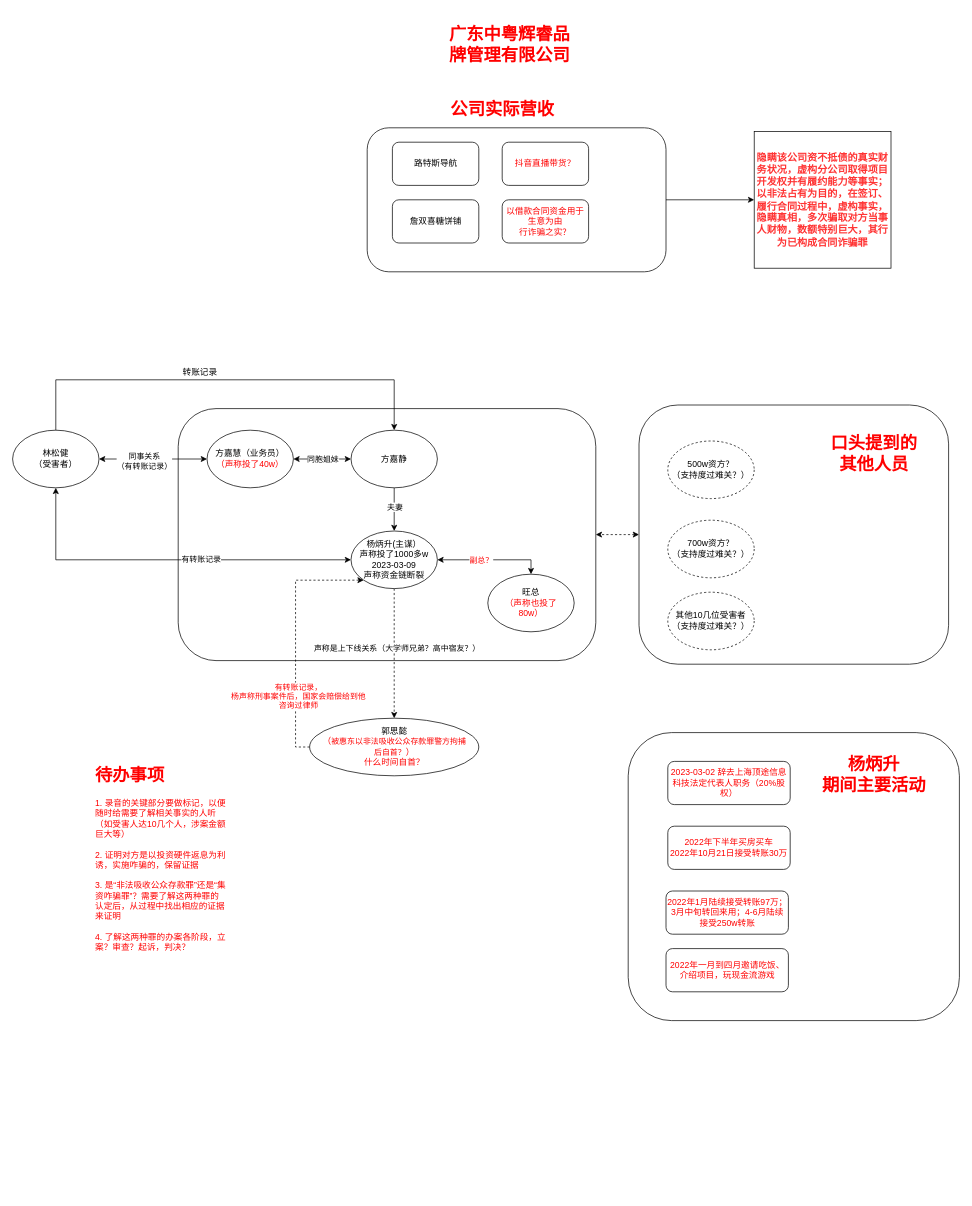
Earlier version of the draw.io diagram scaffolds/案件过程.drawio (Devil0/MyBlog). Source tidied: cells renumbered, new cells numbered last; positions are measured from the earlier drawing's top-left corner, leaving out a move shared by most shapes. Both pictures are drawn from the tidied source at 72%, with x=0, y=0 at pixel (12, 12).
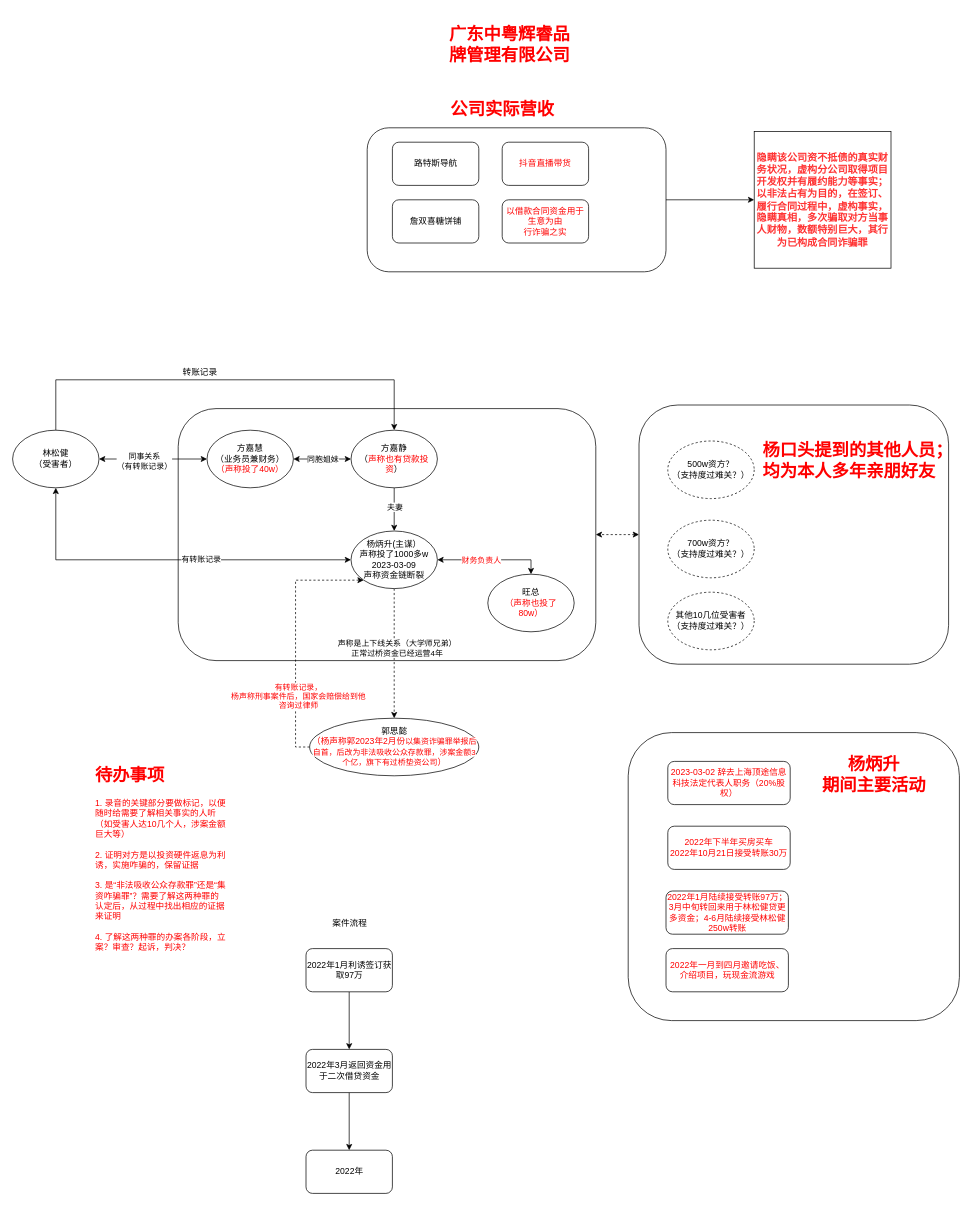
After the change.

Commit message:
更新案件过程.drawio

Unchanged cells that the change refers to:
```xml
<mxCell id="16" style="edgeStyle=orthogonalEdgeStyle;rounded=0;jettySize=auto;html=1;exitX=0.5;exitY=0;exitDx=0;exitDy=0;startArrow=classic;startFill=1;" parent="1" edge="1" source="21" target="20">
  <mxGeometry relative="1" as="geometry" />
</mxCell>
<mxCell id="18" style="edgeStyle=orthogonalEdgeStyle;rounded=0;jettySize=auto;html=1;dashed=1;" parent="1" edge="1" source="20" target="24">
  <mxGeometry relative="1" as="geometry" />
</mxCell>
```

Change to the diagram source:
```diff
@@
-    <mxCell id="12" value="方嘉慧（业务员）&lt;br&gt;&lt;span style=&quot;color: rgb(255, 0, 0);&quot;&gt;（声称投了40w）&lt;/span&gt;" style="ellipse;whiteSpace=wrap;html=1;" parent="1" vertex="1">
+    <mxCell id="12" value="方嘉慧&lt;br&gt;（业务员兼财务）&lt;br&gt;&lt;span style=&quot;color: rgb(255, 0, 0);&quot;&gt;（声称投了40w）&lt;/span&gt;" style="ellipse;whiteSpace=wrap;html=1;" parent="1" vertex="1">
       <mxGeometry x="270" y="580" width="120" height="80" as="geometry" />
     </mxCell>
@@
-    <mxCell id="15" value="方嘉静" style="ellipse;whiteSpace=wrap;html=1;" parent="1" vertex="1">
+    <mxCell id="15" value="方嘉静&lt;br&gt;（&lt;font color=&quot;#ff0000&quot;&gt;声称也有贷款投资&lt;/font&gt;）" style="ellipse;whiteSpace=wrap;html=1;" parent="1" vertex="1">
       <mxGeometry x="470" y="580" width="120" height="80" as="geometry" />
     </mxCell>
@@
-    <mxCell id="17" value="&lt;font color=&quot;#ff0000&quot;&gt;副总？&lt;br&gt;&lt;/font&gt;" style="edgeLabel;html=1;align=center;verticalAlign=middle;" parent="16" vertex="1">
+    <mxCell id="17" value="&lt;font color=&quot;#ff0000&quot;&gt;财务负责人&lt;br&gt;&lt;/font&gt;" style="edgeLabel;html=1;align=center;verticalAlign=middle;" parent="16" vertex="1">
       <mxGeometry x="0.29" y="-4" relative="1" as="geometry">
         <mxPoint x="7" y="4" as="offset" />
       </mxGeometry>
     </mxCell>
@@
-    <mxCell id="19" value="声称是上下线关系（大学师兄弟？高中宿友？）&lt;br&gt;" style="edgeLabel;html=1;align=center;verticalAlign=middle;" parent="18" vertex="1">
+    <mxCell id="19" value="声称是上下线关系（大学师兄弟）&lt;br&gt;正常过桥资金已经运营4年" style="edgeLabel;html=1;align=center;verticalAlign=middle;" parent="18" vertex="1">
       <mxGeometry x="-0.09" y="3" relative="1" as="geometry" />
     </mxCell>
@@
-    <mxCell id="24" value="郭思懿&lt;br&gt;&lt;font color=&quot;#ff0000&quot;&gt;（&lt;span style=&quot;font-size: 11px; background-color: rgb(255, 255, 255);&quot;&gt;被惠东以非法吸收公众存款罪警方拘捕&lt;/span&gt;&lt;br style=&quot;font-size: 11px;&quot;&gt;&lt;span style=&quot;font-size: 11px; background-color: rgb(255, 255, 255);&quot;&gt;后自首？&lt;/span&gt;）&lt;/font&gt;&lt;br&gt;&lt;font color=&quot;#ff0000&quot;&gt;什么时间自首？&lt;/font&gt;" style="ellipse;whiteSpace=wrap;html=1;" parent="1" vertex="1">
+    <mxCell id="24" value="郭思懿&lt;br&gt;&lt;font color=&quot;#ff0000&quot;&gt;（杨声称郭2023年2月份&lt;span style=&quot;font-size: 11px; background-color: rgb(255, 255, 255);&quot;&gt;以集资诈骗罪举报后自首，后改为非法吸收公众存款罪，涉案金额3个亿，旗下有过桥垫资公司&lt;/span&gt;）&lt;/font&gt;" style="ellipse;whiteSpace=wrap;html=1;" parent="1" vertex="1">
       <mxGeometry x="412.5" y="980" width="235" height="80" as="geometry" />
     </mxCell>
@@
-    <mxCell id="29" value="口头提到的&lt;br&gt;其他人员" style="text;strokeColor=none;fillColor=none;html=1;fontSize=24;fontStyle=1;verticalAlign=middle;align=center;dashed=1;fontColor=#FF0000;" parent="1" vertex="1">
-      <mxGeometry x="1131" y="585" width="129" height="55" as="geometry" />
+    <mxCell id="29" value="杨口头提到的其他人员；&lt;br&gt;均为本人多年亲朋好友" style="text;strokeColor=none;fillColor=none;html=1;fontSize=24;fontStyle=1;verticalAlign=middle;align=left;dashed=1;fontColor=#FF0000;" parent="1" vertex="1">
+      <mxGeometry x="1040" y="525" width="129" height="195" as="geometry" />
     </mxCell>
@@
-    <mxCell id="31" value="抖音直播带货？" style="rounded=1;whiteSpace=wrap;html=1;fontColor=#FF0000;" parent="1" vertex="1">
+    <mxCell id="31" value="抖音直播带货" style="rounded=1;whiteSpace=wrap;html=1;fontColor=#FF0000;" parent="1" vertex="1">
       <mxGeometry x="680" y="180" width="120" height="60" as="geometry" />
     </mxCell>
@@
-    <mxCell id="33" value="以借款合同资金用于生意为由&lt;br&gt;行诈骗之实？" style="rounded=1;whiteSpace=wrap;html=1;fontColor=#FF0000;" parent="1" vertex="1">
+    <mxCell id="33" value="以借款合同资金用于生意为由&lt;br&gt;行诈骗之实" style="rounded=1;whiteSpace=wrap;html=1;fontColor=#FF0000;" parent="1" vertex="1">
       <mxGeometry x="680" y="260" width="120" height="60" as="geometry" />
     </mxCell>
@@
-    <mxCell id="38" value="2022年1月陆续接受转账97万；&lt;br&gt;3月中旬转回来用；4-6月陆续接受250w转账" style="rounded=1;whiteSpace=wrap;html=1;fontColor=#FF0000;" parent="1" vertex="1">
+    <mxCell id="38" value="2022年1月陆续接受转账97万；&lt;br&gt;3月中旬转回来用于林松健贷更多资金；4-6月陆续接受林松健250w转账" style="rounded=1;whiteSpace=wrap;html=1;fontColor=#FF0000;" parent="1" vertex="1">
       <mxGeometry x="907.5" y="1220" width="170" height="60" as="geometry" />
     </mxCell>
@@
+    <mxCell id="47" style="edgeStyle=orthogonalEdgeStyle;rounded=0;jettySize=auto;html=1;" parent="1" edge="1" source="48" target="51">
+      <mxGeometry relative="1" as="geometry" />
+    </mxCell>
+    <mxCell id="48" value="2022年1月利诱签订获取97万" style="rounded=1;whiteSpace=wrap;html=1;" parent="1" vertex="1">
+      <mxGeometry x="407.5" y="1300" width="120" height="60" as="geometry" />
+    </mxCell>
+    <mxCell id="49" value="案件流程" style="text;html=1;align=center;verticalAlign=middle;strokeColor=none;fillColor=none;" parent="1" vertex="1">
+      <mxGeometry x="432.5" y="1250" width="70" height="30" as="geometry" />
+    </mxCell>
+    <mxCell id="50" style="edgeStyle=orthogonalEdgeStyle;rounded=0;jettySize=auto;html=1;" parent="1" edge="1" source="51" target="52">
+      <mxGeometry relative="1" as="geometry" />
+    </mxCell>
+    <mxCell id="51" value="2022年3月返回资金用于二次借贷资金" style="whiteSpace=wrap;html=1;rounded=1;" parent="1" vertex="1">
+      <mxGeometry x="407.5" y="1440" width="120" height="60" as="geometry" />
+    </mxCell>
+    <mxCell id="52" value="2022年" style="whiteSpace=wrap;html=1;rounded=1;" parent="1" vertex="1">
+      <mxGeometry x="407.5" y="1580" width="120" height="60" as="geometry" />
+    </mxCell>
```
